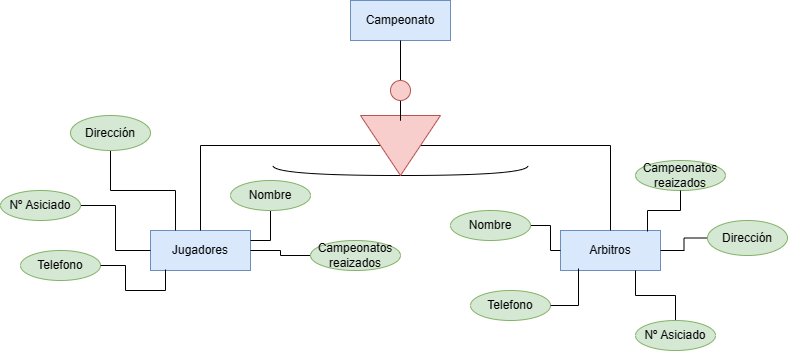
Earlier version of the draw.io export Unidad-1/Tareas/Tarea evaluable 2/Tarea evaluable 2.drawio.png (GgbGabrielGarcia/Base-Datos). Source tidied: cells renumbered, new cells last; positions are measured from the earlier drawing's top-left corner, leaving out a move shared by most shapes.
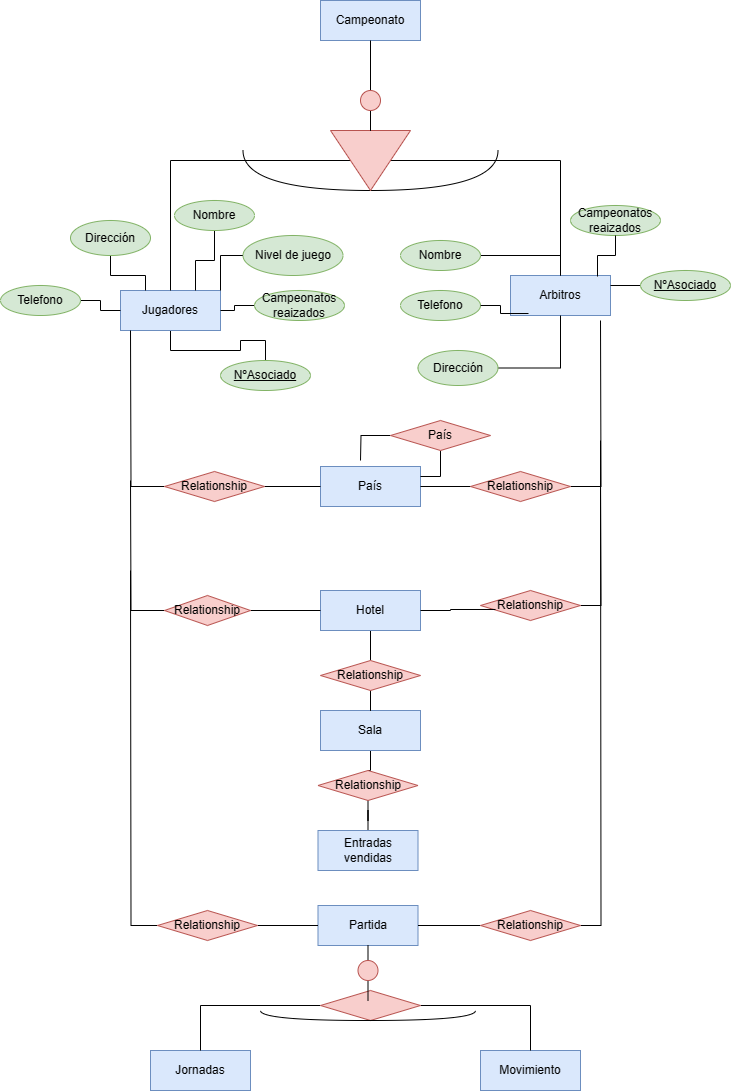
Later version of the same file.

Change to the diagram source:
```diff
@@ -3,16 +3,19 @@
     <mxCell id="0" />
     <mxCell id="1" parent="0" />
     <mxCell id="2" value="Arbitros" style="whiteSpace=wrap;html=1;align=center;fillColor=#dae8fc;strokeColor=#6c8ebf;" parent="1" vertex="1">
-      <mxGeometry x="560" y="230" width="100" height="40" as="geometry" />
+      <mxGeometry x="540" y="-395" width="100" height="40" as="geometry" />
     </mxCell>
     <mxCell id="3" value="Campeonato" style="whiteSpace=wrap;html=1;align=center;fillColor=#dae8fc;strokeColor=#6c8ebf;" parent="1" vertex="1">
-      <mxGeometry x="350" width="100" height="40" as="geometry" />
+      <mxGeometry x="350" y="-670" width="100" height="40" as="geometry" />
     </mxCell>
+    <mxCell id="32" style="edgeStyle=orthogonalEdgeStyle;rounded=0;jettySize=auto;html=1;entryX=0.5;entryY=0;entryDx=0;entryDy=0;endArrow=none;endFill=0;" parent="1" edge="1" source="4" target="33">
+      <mxGeometry relative="1" as="geometry" />
+    </mxCell>
     <mxCell id="4" value="Jugadores" style="whiteSpace=wrap;html=1;align=center;fillColor=#dae8fc;strokeColor=#6c8ebf;" parent="1" vertex="1">
-      <mxGeometry x="150" y="230" width="100" height="40" as="geometry" />
+      <mxGeometry x="150" y="-380" width="100" height="40" as="geometry" />
     </mxCell>
     <mxCell id="5" style="shape=requiredInterface;html=1;verticalLabelPosition=bottom;sketch=0;direction=south;" parent="1" vertex="1">
-      <mxGeometry x="272.5" y="165" width="255" height="10" as="geometry" />
+      <mxGeometry x="272.5" y="-520" width="255" height="40" as="geometry" />
     </mxCell>
     <mxCell id="6" style="edgeStyle=orthogonalEdgeStyle;rounded=0;jettySize=auto;html=1;entryX=0.5;entryY=0;entryDx=0;entryDy=0;endArrow=none;endFill=0;" parent="1" edge="1" source="9" target="2">
       <mxGeometry relative="1" as="geometry" />
@@ -24,67 +27,55 @@
       <mxGeometry relative="1" as="geometry" />
     </mxCell>
     <mxCell id="9" style="triangle;whiteSpace=wrap;html=1;direction=south;fillColor=#f8cecc;strokeColor=#b85450;" parent="1" vertex="1">
-      <mxGeometry x="360" y="115" width="80" height="60" as="geometry" />
+      <mxGeometry x="360" y="-540" width="80" height="60" as="geometry" />
     </mxCell>
     <mxCell id="10" style="edgeStyle=orthogonalEdgeStyle;rounded=0;jettySize=auto;html=1;endArrow=none;endFill=0;" parent="1" edge="1" source="9" target="11">
       <mxGeometry relative="1" as="geometry" />
     </mxCell>
     <mxCell id="11" style="ellipse;whiteSpace=wrap;html=1;fillColor=#f8cecc;strokeColor=#b85450;" parent="1" vertex="1">
-      <mxGeometry x="390" y="80" width="20" height="20" as="geometry" />
+      <mxGeometry x="390" y="-580" width="20" height="20" as="geometry" />
     </mxCell>
     <mxCell id="12" style="edgeStyle=orthogonalEdgeStyle;rounded=0;jettySize=auto;html=1;endArrow=none;endFill=0;" parent="1" edge="1" source="13" target="4">
       <mxGeometry relative="1" as="geometry" />
     </mxCell>
     <mxCell id="13" value="Campeonatos reaizados" style="ellipse;whiteSpace=wrap;html=1;align=center;fillColor=#d5e8d4;strokeColor=#82b366;" parent="1" vertex="1">
-      <mxGeometry x="310" y="240" width="90" height="30" as="geometry" />
+      <mxGeometry x="284" y="-380" width="90" height="30" as="geometry" />
     </mxCell>
+    <mxCell id="21" style="edgeStyle=orthogonalEdgeStyle;rounded=0;jettySize=auto;html=1;entryX=0;entryY=0.5;entryDx=0;entryDy=0;endArrow=none;endFill=0;" parent="1" edge="1" source="14" target="4">
+      <mxGeometry relative="1" as="geometry" />
+    </mxCell>
     <mxCell id="14" value="Telefono" style="ellipse;whiteSpace=wrap;html=1;align=center;fillColor=#d5e8d4;strokeColor=#82b366;" parent="1" vertex="1">
-      <mxGeometry x="20" y="250" width="80" height="30" as="geometry" />
+      <mxGeometry x="30" y="-385" width="80" height="30" as="geometry" />
     </mxCell>
     <mxCell id="15" style="edgeStyle=orthogonalEdgeStyle;rounded=0;jettySize=auto;html=1;entryX=0.25;entryY=0;entryDx=0;entryDy=0;endArrow=none;endFill=0;" parent="1" edge="1" source="16" target="4">
       <mxGeometry relative="1" as="geometry" />
     </mxCell>
     <mxCell id="16" value="Dirección" style="ellipse;whiteSpace=wrap;html=1;align=center;fillColor=#d5e8d4;strokeColor=#82b366;" parent="1" vertex="1">
-      <mxGeometry x="70" y="115" width="80" height="35" as="geometry" />
+      <mxGeometry x="100" y="-450" width="80" height="35" as="geometry" />
     </mxCell>
-    <mxCell id="17" style="edgeStyle=orthogonalEdgeStyle;rounded=0;jettySize=auto;html=1;entryX=1;entryY=0.25;entryDx=0;entryDy=0;endArrow=none;endFill=0;" parent="1" edge="1" source="18" target="4">
+    <mxCell id="17" style="edgeStyle=orthogonalEdgeStyle;rounded=0;jettySize=auto;html=1;entryX=0.75;entryY=0;entryDx=0;entryDy=0;endArrow=none;endFill=0;" parent="1" edge="1" source="18" target="4">
       <mxGeometry relative="1" as="geometry" />
     </mxCell>
     <mxCell id="18" value="Nombre" style="ellipse;whiteSpace=wrap;html=1;align=center;fillColor=#d5e8d4;strokeColor=#82b366;" parent="1" vertex="1">
-      <mxGeometry x="230" y="180" width="80" height="30" as="geometry" />
+      <mxGeometry x="204" y="-470" width="80" height="30" as="geometry" />
     </mxCell>
-    <mxCell id="19" style="edgeStyle=orthogonalEdgeStyle;rounded=0;jettySize=auto;html=1;entryX=0;entryY=0.5;entryDx=0;entryDy=0;endArrow=none;endFill=0;" parent="1" edge="1" source="20" target="4">
-      <mxGeometry relative="1" as="geometry" />
-    </mxCell>
-    <mxCell id="20" value="Nº Asiciado" style="ellipse;whiteSpace=wrap;html=1;align=center;fillColor=#d5e8d4;strokeColor=#82b366;" parent="1" vertex="1">
-      <mxGeometry y="190" width="80" height="30" as="geometry" />
-    </mxCell>
-    <mxCell id="21" style="edgeStyle=orthogonalEdgeStyle;rounded=0;jettySize=auto;html=1;entryX=0.15;entryY=0.975;entryDx=0;entryDy=0;entryPerimeter=0;endArrow=none;endFill=0;" parent="1" edge="1" source="14" target="4">
-      <mxGeometry relative="1" as="geometry" />
-    </mxCell>
     <mxCell id="22" style="edgeStyle=orthogonalEdgeStyle;rounded=0;jettySize=auto;html=1;endArrow=none;endFill=0;" parent="1" edge="1" source="23" target="2">
       <mxGeometry relative="1" as="geometry" />
     </mxCell>
     <mxCell id="23" value="Dirección" style="ellipse;whiteSpace=wrap;html=1;align=center;fillColor=#d5e8d4;strokeColor=#82b366;" parent="1" vertex="1">
-      <mxGeometry x="707" y="220" width="80" height="35" as="geometry" />
+      <mxGeometry x="447.5" y="-320" width="80" height="35" as="geometry" />
     </mxCell>
-    <mxCell id="24" style="edgeStyle=orthogonalEdgeStyle;rounded=0;jettySize=auto;html=1;entryX=0.75;entryY=1;entryDx=0;entryDy=0;endArrow=none;endFill=0;" parent="1" edge="1" source="25" target="2">
-      <mxGeometry relative="1" as="geometry" />
-    </mxCell>
-    <mxCell id="25" value="Nº Asiciado" style="ellipse;whiteSpace=wrap;html=1;align=center;fillColor=#d5e8d4;strokeColor=#82b366;" parent="1" vertex="1">
-      <mxGeometry x="635" y="320" width="80" height="30" as="geometry" />
-    </mxCell>
     <mxCell id="26" value="Telefono" style="ellipse;whiteSpace=wrap;html=1;align=center;fillColor=#d5e8d4;strokeColor=#82b366;" parent="1" vertex="1">
-      <mxGeometry x="470" y="290" width="80" height="30" as="geometry" />
+      <mxGeometry x="430" y="-380" width="80" height="30" as="geometry" />
     </mxCell>
     <mxCell id="27" style="edgeStyle=orthogonalEdgeStyle;rounded=0;jettySize=auto;html=1;endArrow=none;endFill=0;" parent="1" edge="1" source="28" target="2">
       <mxGeometry relative="1" as="geometry" />
     </mxCell>
     <mxCell id="28" value="Nombre" style="ellipse;whiteSpace=wrap;html=1;align=center;fillColor=#d5e8d4;strokeColor=#82b366;" parent="1" vertex="1">
-      <mxGeometry x="450" y="210" width="80" height="30" as="geometry" />
+      <mxGeometry x="430" y="-430" width="80" height="30" as="geometry" />
     </mxCell>
     <mxCell id="29" value="Campeonatos reaizados" style="ellipse;whiteSpace=wrap;html=1;align=center;fillColor=#d5e8d4;strokeColor=#82b366;" parent="1" vertex="1">
-      <mxGeometry x="635" y="160" width="90" height="30" as="geometry" />
+      <mxGeometry x="600" y="-465" width="90" height="30" as="geometry" />
     </mxCell>
     <mxCell id="30" style="edgeStyle=orthogonalEdgeStyle;rounded=0;jettySize=auto;html=1;entryX=0.18;entryY=0.95;entryDx=0;entryDy=0;entryPerimeter=0;endArrow=none;endFill=0;" parent="1" edge="1" source="26" target="2">
       <mxGeometry relative="1" as="geometry" />
@@ -92,5 +83,154 @@
     <mxCell id="31" style="edgeStyle=orthogonalEdgeStyle;rounded=0;jettySize=auto;html=1;entryX=0.87;entryY=0.025;entryDx=0;entryDy=0;entryPerimeter=0;endArrow=none;endFill=0;" parent="1" edge="1" source="29" target="2">
       <mxGeometry relative="1" as="geometry" />
     </mxCell>
+    <mxCell id="33" value="NºAsociado" style="ellipse;whiteSpace=wrap;html=1;align=center;fontStyle=4;fillColor=#d5e8d4;strokeColor=#82b366;" parent="1" vertex="1">
+      <mxGeometry x="250" y="-310" width="90" height="30" as="geometry" />
+    </mxCell>
+    <mxCell id="34" style="edgeStyle=orthogonalEdgeStyle;rounded=0;jettySize=auto;html=1;entryX=1;entryY=0.25;entryDx=0;entryDy=0;endArrow=none;endFill=0;" parent="1" edge="1" source="35" target="2">
+      <mxGeometry relative="1" as="geometry" />
+    </mxCell>
+    <mxCell id="35" value="NºAsociado" style="ellipse;whiteSpace=wrap;html=1;align=center;fontStyle=4;fillColor=#d5e8d4;strokeColor=#82b366;" parent="1" vertex="1">
+      <mxGeometry x="670" y="-400" width="90" height="30" as="geometry" />
+    </mxCell>
+    <mxCell id="36" style="edgeStyle=orthogonalEdgeStyle;rounded=0;jettySize=auto;html=1;entryX=1;entryY=0;entryDx=0;entryDy=0;endArrow=none;endFill=0;" parent="1" edge="1" source="37" target="4">
+      <mxGeometry relative="1" as="geometry" />
+    </mxCell>
+    <mxCell id="37" value="Nivel de juego" style="ellipse;whiteSpace=wrap;html=1;align=center;fillColor=#d5e8d4;strokeColor=#82b366;" parent="1" vertex="1">
+      <mxGeometry x="272.5" y="-435" width="100" height="40" as="geometry" />
+    </mxCell>
+    <mxCell id="38" style="edgeStyle=orthogonalEdgeStyle;rounded=0;jettySize=auto;html=1;entryX=0.5;entryY=1;entryDx=0;entryDy=0;endArrow=none;endFill=0;" parent="1" edge="1" source="39" target="64">
+      <mxGeometry relative="1" as="geometry" />
+    </mxCell>
+    <mxCell id="39" value="Entradas vendidas" style="whiteSpace=wrap;html=1;align=center;fillColor=#dae8fc;strokeColor=#6c8ebf;" parent="1" vertex="1">
+      <mxGeometry x="347.5" y="160" width="100" height="40" as="geometry" />
+    </mxCell>
+    <mxCell id="40" value="Jornadas" style="whiteSpace=wrap;html=1;align=center;fillColor=#dae8fc;strokeColor=#6c8ebf;" parent="1" vertex="1">
+      <mxGeometry x="180" y="380" width="100" height="40" as="geometry" />
+    </mxCell>
+    <mxCell id="41" style="edgeStyle=orthogonalEdgeStyle;rounded=0;jettySize=auto;html=1;entryX=0.5;entryY=0;entryDx=0;entryDy=0;endArrow=none;endFill=0;" parent="1" edge="1" source="42" target="63">
+      <mxGeometry relative="1" as="geometry" />
+    </mxCell>
+    <mxCell id="42" value="Hotel" style="whiteSpace=wrap;html=1;align=center;fillColor=#dae8fc;strokeColor=#6c8ebf;" parent="1" vertex="1">
+      <mxGeometry x="350" y="-80" width="100" height="40" as="geometry" />
+    </mxCell>
+    <mxCell id="43" value="Movimiento" style="whiteSpace=wrap;html=1;align=center;fillColor=#dae8fc;strokeColor=#6c8ebf;" parent="1" vertex="1">
+      <mxGeometry x="510" y="380" width="100" height="40" as="geometry" />
+    </mxCell>
+    <mxCell id="44" value="Partida" style="whiteSpace=wrap;html=1;align=center;fillColor=#dae8fc;strokeColor=#6c8ebf;" parent="1" vertex="1">
+      <mxGeometry x="347.5" y="235" width="100" height="40" as="geometry" />
+    </mxCell>
+    <mxCell id="45" value="País" style="whiteSpace=wrap;html=1;align=center;fillColor=#dae8fc;strokeColor=#6c8ebf;" parent="1" vertex="1">
+      <mxGeometry x="350" y="-204" width="100" height="40" as="geometry" />
+    </mxCell>
+    <mxCell id="46" style="edgeStyle=orthogonalEdgeStyle;rounded=0;jettySize=auto;html=1;endArrow=none;endFill=0;" parent="1" edge="1" source="47" target="64">
+      <mxGeometry relative="1" as="geometry" />
+    </mxCell>
+    <mxCell id="47" value="Sala" style="whiteSpace=wrap;html=1;align=center;fillColor=#dae8fc;strokeColor=#6c8ebf;" parent="1" vertex="1">
+      <mxGeometry x="350" y="40" width="100" height="40" as="geometry" />
+    </mxCell>
+    <mxCell id="48" style="edgeStyle=orthogonalEdgeStyle;rounded=0;jettySize=auto;html=1;endArrow=none;endFill=0;" parent="1" edge="1" source="50">
+      <mxGeometry relative="1" as="geometry">
+        <mxPoint x="160" y="-100" as="targetPoint" />
+      </mxGeometry>
+    </mxCell>
+    <mxCell id="49" style="edgeStyle=orthogonalEdgeStyle;rounded=0;jettySize=auto;html=1;endArrow=none;endFill=0;" parent="1" edge="1" source="50" target="44">
+      <mxGeometry relative="1" as="geometry" />
+    </mxCell>
+    <mxCell id="50" value="Relationship" style="shape=rhombus;perimeter=rhombusPerimeter;whiteSpace=wrap;html=1;align=center;fillColor=#f8cecc;strokeColor=#b85450;" parent="1" vertex="1">
+      <mxGeometry x="187" y="240" width="100" height="30" as="geometry" />
+    </mxCell>
+    <mxCell id="51" style="edgeStyle=orthogonalEdgeStyle;rounded=0;jettySize=auto;html=1;endArrow=none;endFill=0;" parent="1" edge="1" source="53">
+      <mxGeometry relative="1" as="geometry">
+        <mxPoint x="160" y="-190" as="targetPoint" />
+      </mxGeometry>
+    </mxCell>
+    <mxCell id="52" style="edgeStyle=orthogonalEdgeStyle;rounded=0;jettySize=auto;html=1;endArrow=none;endFill=0;" parent="1" edge="1" source="53" target="42">
+      <mxGeometry relative="1" as="geometry" />
+    </mxCell>
+    <mxCell id="53" value="Relationship" style="shape=rhombus;perimeter=rhombusPerimeter;whiteSpace=wrap;html=1;align=center;fillColor=#f8cecc;strokeColor=#b85450;" parent="1" vertex="1">
+      <mxGeometry x="194" y="-75" width="86" height="30" as="geometry" />
+    </mxCell>
+    <mxCell id="54" style="edgeStyle=orthogonalEdgeStyle;rounded=0;jettySize=auto;html=1;endArrow=none;endFill=0;" parent="1" edge="1" source="56">
+      <mxGeometry relative="1" as="geometry">
+        <mxPoint x="630" y="-230" as="targetPoint" />
+      </mxGeometry>
+    </mxCell>
+    <mxCell id="55" style="edgeStyle=orthogonalEdgeStyle;rounded=0;jettySize=auto;html=1;endArrow=none;endFill=0;" parent="1" edge="1" source="56" target="44">
+      <mxGeometry relative="1" as="geometry" />
+    </mxCell>
+    <mxCell id="56" value="Relationship" style="shape=rhombus;perimeter=rhombusPerimeter;whiteSpace=wrap;html=1;align=center;fillColor=#f8cecc;strokeColor=#b85450;" parent="1" vertex="1">
+      <mxGeometry x="510" y="240" width="100" height="30" as="geometry" />
+    </mxCell>
+    <mxCell id="57" style="edgeStyle=orthogonalEdgeStyle;rounded=0;jettySize=auto;html=1;entryX=0.5;entryY=0;entryDx=0;entryDy=0;endArrow=none;endFill=0;" parent="1" edge="1" source="59" target="40">
+      <mxGeometry relative="1" as="geometry" />
+    </mxCell>
+    <mxCell id="58" style="edgeStyle=orthogonalEdgeStyle;rounded=0;jettySize=auto;html=1;endArrow=none;endFill=0;" parent="1" edge="1" source="59" target="43">
+      <mxGeometry relative="1" as="geometry" />
+    </mxCell>
+    <mxCell id="59" style="shape=rhombus;perimeter=rhombusPerimeter;whiteSpace=wrap;html=1;align=center;fillColor=#f8cecc;strokeColor=#b85450;" parent="1" vertex="1">
+      <mxGeometry x="350" y="320" width="100" height="30" as="geometry" />
+    </mxCell>
+    <mxCell id="60" style="edgeStyle=orthogonalEdgeStyle;rounded=0;jettySize=auto;html=1;endArrow=none;endFill=0;" parent="1" edge="1" source="61">
+      <mxGeometry relative="1" as="geometry">
+        <mxPoint x="630" y="-190" as="targetPoint" />
+      </mxGeometry>
+    </mxCell>
+    <mxCell id="61" value="Relationship" style="shape=rhombus;perimeter=rhombusPerimeter;whiteSpace=wrap;html=1;align=center;fillColor=#f8cecc;strokeColor=#b85450;" parent="1" vertex="1">
+      <mxGeometry x="510" y="-80" width="100" height="30" as="geometry" />
+    </mxCell>
+    <mxCell id="62" style="edgeStyle=orthogonalEdgeStyle;rounded=0;jettySize=auto;html=1;endArrow=none;endFill=0;" parent="1" edge="1" source="63" target="47">
+      <mxGeometry relative="1" as="geometry" />
+    </mxCell>
+    <mxCell id="63" value="Relationship" style="shape=rhombus;perimeter=rhombusPerimeter;whiteSpace=wrap;html=1;align=center;fillColor=#f8cecc;strokeColor=#b85450;" parent="1" vertex="1">
+      <mxGeometry x="350" y="-10" width="100" height="30" as="geometry" />
+    </mxCell>
+    <mxCell id="64" value="Relationship" style="shape=rhombus;perimeter=rhombusPerimeter;whiteSpace=wrap;html=1;align=center;fillColor=#f8cecc;strokeColor=#b85450;" parent="1" vertex="1">
+      <mxGeometry x="347.5" y="100" width="100" height="30" as="geometry" />
+    </mxCell>
+    <mxCell id="65" style="edgeStyle=orthogonalEdgeStyle;rounded=0;jettySize=auto;html=1;endArrow=none;endFill=0;" parent="1" edge="1" source="67">
+      <mxGeometry relative="1" as="geometry">
+        <mxPoint x="630" y="-350" as="targetPoint" />
+      </mxGeometry>
+    </mxCell>
+    <mxCell id="66" style="edgeStyle=orthogonalEdgeStyle;rounded=0;jettySize=auto;html=1;entryX=1;entryY=0.5;entryDx=0;entryDy=0;endArrow=none;endFill=0;" parent="1" edge="1" source="67" target="45">
+      <mxGeometry relative="1" as="geometry" />
+    </mxCell>
+    <mxCell id="67" value="Relationship" style="shape=rhombus;perimeter=rhombusPerimeter;whiteSpace=wrap;html=1;align=center;fillColor=#f8cecc;strokeColor=#b85450;" parent="1" vertex="1">
+      <mxGeometry x="500" y="-199" width="100" height="30" as="geometry" />
+    </mxCell>
+    <mxCell id="68" style="edgeStyle=orthogonalEdgeStyle;rounded=0;jettySize=auto;html=1;endArrow=none;endFill=0;" parent="1" edge="1" source="70">
+      <mxGeometry relative="1" as="geometry">
+        <mxPoint x="160" y="-340" as="targetPoint" />
+      </mxGeometry>
+    </mxCell>
+    <mxCell id="69" style="edgeStyle=orthogonalEdgeStyle;rounded=0;jettySize=auto;html=1;entryX=0;entryY=0.5;entryDx=0;entryDy=0;endArrow=none;endFill=0;" parent="1" edge="1" source="70" target="45">
+      <mxGeometry relative="1" as="geometry" />
+    </mxCell>
+    <mxCell id="70" value="Relationship" style="shape=rhombus;perimeter=rhombusPerimeter;whiteSpace=wrap;html=1;align=center;fillColor=#f8cecc;strokeColor=#b85450;" parent="1" vertex="1">
+      <mxGeometry x="194" y="-199" width="100" height="30" as="geometry" />
+    </mxCell>
+    <mxCell id="71" style="edgeStyle=orthogonalEdgeStyle;rounded=0;jettySize=auto;html=1;entryX=0.15;entryY=0.633;entryDx=0;entryDy=0;entryPerimeter=0;endArrow=none;endFill=0;" parent="1" edge="1" source="42" target="61">
+      <mxGeometry relative="1" as="geometry" />
+    </mxCell>
+    <mxCell id="72" style="edgeStyle=orthogonalEdgeStyle;rounded=0;jettySize=auto;html=1;entryX=0.475;entryY=0.333;entryDx=0;entryDy=0;entryPerimeter=0;endArrow=none;endFill=0;" parent="1" edge="1" source="44" target="59">
+      <mxGeometry relative="1" as="geometry" />
+    </mxCell>
+    <mxCell id="73" style="ellipse;whiteSpace=wrap;html=1;fillColor=#f8cecc;strokeColor=#b85450;" parent="1" vertex="1">
+      <mxGeometry x="387.5" y="290" width="20" height="20" as="geometry" />
+    </mxCell>
+    <mxCell id="74" style="shape=requiredInterface;html=1;verticalLabelPosition=bottom;sketch=0;direction=south;" parent="1" vertex="1">
+      <mxGeometry x="290" y="340" width="215" height="10" as="geometry" />
+    </mxCell>
+    <mxCell id="75" style="edgeStyle=orthogonalEdgeStyle;rounded=0;jettySize=auto;html=1;entryX=1;entryY=0.25;entryDx=0;entryDy=0;endArrow=none;endFill=0;" parent="1" edge="1" source="77" target="45">
+      <mxGeometry relative="1" as="geometry" />
+    </mxCell>
+    <mxCell id="76" style="edgeStyle=orthogonalEdgeStyle;rounded=0;jettySize=auto;html=1;endArrow=none;endFill=0;" parent="1" edge="1" source="77">
+      <mxGeometry relative="1" as="geometry">
+        <mxPoint x="390" y="-210" as="targetPoint" />
+      </mxGeometry>
+    </mxCell>
+    <mxCell id="77" value="País" style="shape=rhombus;perimeter=rhombusPerimeter;whiteSpace=wrap;html=1;align=center;fillColor=#f8cecc;strokeColor=#b85450;" parent="1" vertex="1">
+      <mxGeometry x="420" y="-250" width="100" height="30" as="geometry" />
+    </mxCell>
   </root>
 </mxGraphModel>
```
